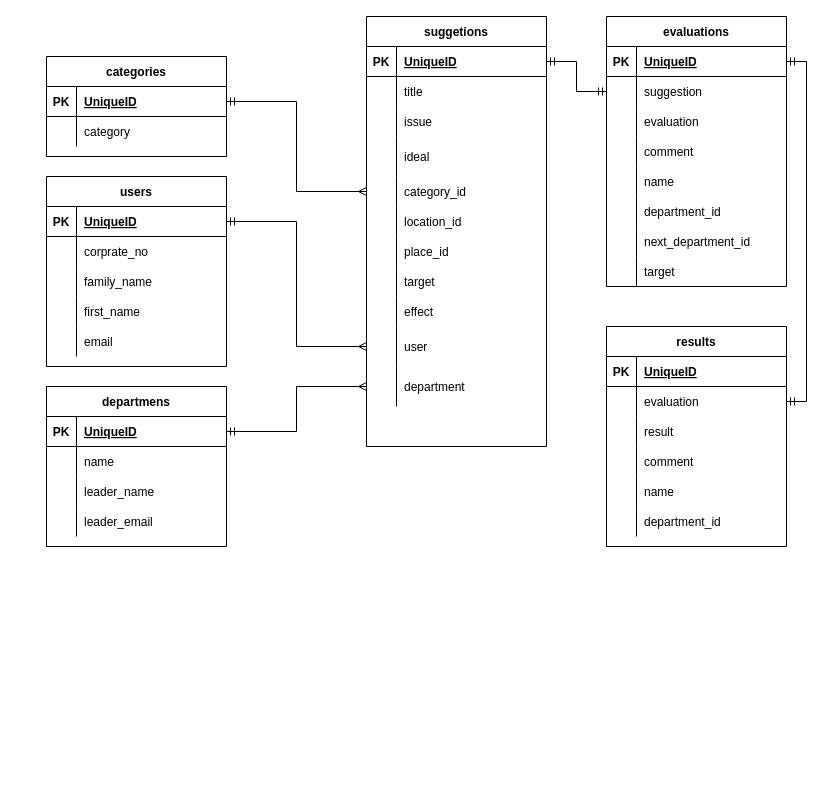
The draw.io diagram db/suggestion_box_ER.dio in f-mio/suggestion_box, before the edit. Source tidied: cells renumbered, new cells numbered last; positions are measured from the earlier drawing's top-left corner, leaving out a move shared by most shapes. Both pictures are drawn from the tidied source at 100%, with x=0, y=0 at pixel (46, 16).
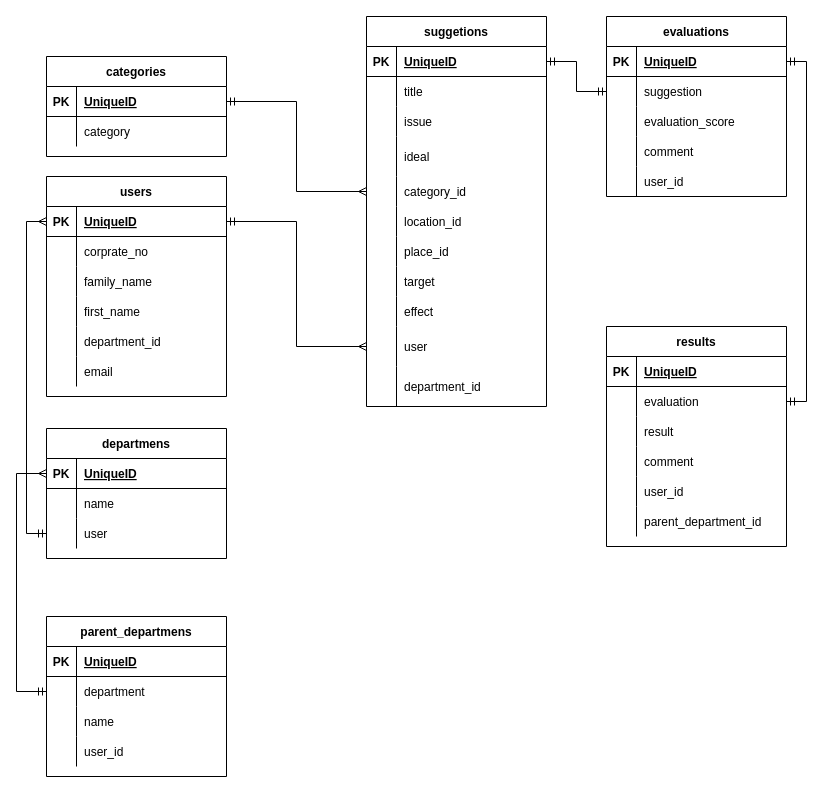
Above is the later version.

Unchanged cells that the change refers to:
```xml
<mxCell id="33" style="shape=partialRectangle;fillColor=none;top=0;left=0;bottom=0;right=0;points=[[0,0.5],[1,0.5]];portConstraint=eastwest;" parent="2" vertex="1">
  <mxGeometry y="350" width="180" height="40" as="geometry" />
</mxCell>
<mxCell id="37" style="shape=partialRectangle;fillColor=none;top=0;left=0;bottom=1;right=0;points=[[0,0.5],[1,0.5]];portConstraint=eastwest;" parent="36" vertex="1">
  <mxGeometry y="30" width="180" height="30" as="geometry" />
</mxCell>
<mxCell id="53" style="shape=partialRectangle;fillColor=none;top=0;left=0;bottom=1;right=0;points=[[0,0.5],[1,0.5]];portConstraint=eastwest;" parent="52" vertex="1">
  <mxGeometry y="30" width="180" height="30" as="geometry" />
</mxCell>
<mxCell id="56" style="shape=partialRectangle;fillColor=none;top=0;left=0;bottom=0;right=0;points=[[0,0.5],[1,0.5]];portConstraint=eastwest;" parent="52" vertex="1">
  <mxGeometry y="60" width="180" height="30" as="geometry" />
</mxCell>
<mxCell id="72" style="shape=partialRectangle;fillColor=none;top=0;left=0;bottom=0;right=0;" parent="65" vertex="1">
  <mxGeometry y="90" width="180" height="30" as="geometry" />
</mxCell>
<mxCell id="78" style="shape=partialRectangle;fillColor=none;top=0;left=0;bottom=0;right=0;" parent="65" vertex="1">
  <mxGeometry y="150" width="180" height="30" as="geometry" />
</mxCell>
<mxCell id="103" style="shape=partialRectangle;fillColor=none;top=0;left=0;bottom=0;right=0;" parent="90" vertex="1">
  <mxGeometry y="150" width="180" height="30" as="geometry" />
</mxCell>
<mxCell id="106" style="shape=partialRectangle;fillColor=none;top=0;left=0;bottom=0;right=0;" parent="90" vertex="1">
  <mxGeometry y="180" width="180" height="30" as="geometry" />
</mxCell>
```

Change to the diagram source:
```diff
@@
     <mxCell id="2" value="suggetions" style="shape=table;startSize=30;childLayout=tableLayout;rowLines=0;fontStyle=1;align=center;" parent="1" vertex="1">
-      <mxGeometry x="320" width="180" height="430" as="geometry" />
+      <mxGeometry x="320" width="180" height="390" as="geometry" />
     </mxCell>
@@
-    <mxCell id="35" value="department" style="shape=partialRectangle;fillColor=none;top=0;left=0;bottom=0;right=0;align=left;spacingLeft=6;overflow=hidden;" parent="33" vertex="1">
+    <mxCell id="35" value="department_id" style="shape=partialRectangle;fillColor=none;top=0;left=0;bottom=0;right=0;align=left;spacingLeft=6;overflow=hidden;" parent="33" vertex="1">
       <mxGeometry x="30" width="150" height="40" as="geometry" />
     </mxCell>
     <mxCell id="36" value="users" style="shape=table;startSize=30;childLayout=tableLayout;rowLines=0;fontStyle=1;align=center;" parent="1" vertex="1">
-      <mxGeometry y="160" width="180" height="190" as="geometry" />
+      <mxGeometry y="160" width="180" height="220" as="geometry" />
     </mxCell>
@@
+    <mxCell id="121" style="shape=partialRectangle;fillColor=none;top=0;left=0;bottom=0;right=0;" parent="36" vertex="1">
+      <mxGeometry y="150" width="180" height="30" as="geometry" />
+    </mxCell>
+    <mxCell id="122" style="shape=partialRectangle;fillColor=none;top=0;left=0;bottom=0;right=0;overflow=hidden;" parent="121" vertex="1">
+      <mxGeometry width="30" height="30" as="geometry" />
+    </mxCell>
+    <mxCell id="83" value="department_id" style="shape=partialRectangle;fillColor=none;top=0;left=0;bottom=0;right=0;align=left;spacingLeft=6;overflow=hidden;" parent="121" vertex="1">
+      <mxGeometry x="30" width="150" height="30" as="geometry" />
+    </mxCell>
     <mxCell id="49" style="shape=partialRectangle;fillColor=none;top=0;left=0;bottom=0;right=0;" parent="36" vertex="1">
-      <mxGeometry y="150" width="180" height="30" as="geometry" />
+      <mxGeometry y="180" width="180" height="30" as="geometry" />
     </mxCell>
@@
-    <mxCell id="52" value="departmens" style="shape=table;startSize=30;childLayout=tableLayout;rowLines=0;fontStyle=1;align=center;" parent="1" vertex="1">
-      <mxGeometry y="370" width="180" height="160" as="geometry" />
+    <mxCell id="52" value="parent_departmens" style="shape=table;startSize=30;childLayout=tableLayout;rowLines=0;fontStyle=1;align=center;" parent="1" vertex="1">
+      <mxGeometry y="600" width="180" height="160" as="geometry" />
     </mxCell>
@@
-    <mxCell id="58" value="name" style="shape=partialRectangle;fillColor=none;top=0;left=0;bottom=0;right=0;align=left;spacingLeft=6;overflow=hidden;" parent="56" vertex="1">
+    <mxCell id="58" value="department" style="shape=partialRectangle;fillColor=none;top=0;left=0;bottom=0;right=0;align=left;spacingLeft=6;overflow=hidden;" parent="56" vertex="1">
       <mxGeometry x="30" width="150" height="30" as="geometry" />
     </mxCell>
+    <mxCell id="123" style="shape=partialRectangle;fillColor=none;top=0;left=0;bottom=0;right=0;" parent="52" vertex="1">
+      <mxGeometry y="90" width="180" height="30" as="geometry" />
+    </mxCell>
+    <mxCell id="124" style="shape=partialRectangle;fillColor=none;top=0;left=0;bottom=0;right=0;overflow=hidden;" parent="123" vertex="1">
+      <mxGeometry width="30" height="30" as="geometry" />
+    </mxCell>
+    <mxCell id="125" value="name" style="shape=partialRectangle;fillColor=none;top=0;left=0;bottom=0;right=0;align=left;spacingLeft=6;overflow=hidden;" parent="123" vertex="1">
+      <mxGeometry x="30" width="150" height="30" as="geometry" />
+    </mxCell>
     <mxCell id="59" style="shape=partialRectangle;fillColor=none;top=0;left=0;bottom=0;right=0;" parent="52" vertex="1">
-      <mxGeometry y="90" width="180" height="30" as="geometry" />
+      <mxGeometry y="120" width="180" height="30" as="geometry" />
     </mxCell>
@@
-    <mxCell id="61" value="leader_name" style="shape=partialRectangle;fillColor=none;top=0;left=0;bottom=0;right=0;align=left;spacingLeft=6;overflow=hidden;" parent="59" vertex="1">
+    <mxCell id="61" value="user_id" style="shape=partialRectangle;fillColor=none;top=0;left=0;bottom=0;right=0;align=left;spacingLeft=6;overflow=hidden;" parent="59" vertex="1">
       <mxGeometry x="30" width="150" height="30" as="geometry" />
     </mxCell>
-    <mxCell id="62" style="shape=partialRectangle;fillColor=none;top=0;left=0;bottom=0;right=0;" parent="52" vertex="1">
-      <mxGeometry y="120" width="180" height="30" as="geometry" />
-    </mxCell>
-    <mxCell id="63" style="shape=partialRectangle;fillColor=none;top=0;left=0;bottom=0;right=0;overflow=hidden;" parent="62" vertex="1">
-      <mxGeometry width="30" height="30" as="geometry" />
-    </mxCell>
-    <mxCell id="64" value="leader_email" style="shape=partialRectangle;fillColor=none;top=0;left=0;bottom=0;right=0;align=left;spacingLeft=6;overflow=hidden;" parent="62" vertex="1">
-      <mxGeometry x="30" width="150" height="30" as="geometry" />
-    </mxCell>
     <mxCell id="65" value="evaluations" style="shape=table;startSize=30;childLayout=tableLayout;rowLines=0;fontStyle=1;align=center;" parent="1" vertex="1">
-      <mxGeometry x="560" width="180" height="270" as="geometry" />
+      <mxGeometry x="560" width="180" height="180" as="geometry" />
     </mxCell>
@@
-    <mxCell id="74" value="evaluation" style="shape=partialRectangle;fillColor=none;top=0;left=0;bottom=0;right=0;align=left;spacingLeft=6;overflow=hidden;" parent="72" vertex="1">
+    <mxCell id="74" value="evaluation_score" style="shape=partialRectangle;fillColor=none;top=0;left=0;bottom=0;right=0;align=left;spacingLeft=6;overflow=hidden;" parent="72" vertex="1">
       <mxGeometry x="30" width="150" height="30" as="geometry" />
     </mxCell>
@@
-    <mxCell id="80" value="name" style="shape=partialRectangle;fillColor=none;top=0;left=0;bottom=0;right=0;align=left;spacingLeft=6;overflow=hidden;" parent="78" vertex="1">
+    <mxCell id="80" value="user_id" style="shape=partialRectangle;fillColor=none;top=0;left=0;bottom=0;right=0;align=left;spacingLeft=6;overflow=hidden;" parent="78" vertex="1">
       <mxGeometry x="30" width="150" height="30" as="geometry" />
     </mxCell>
-    <mxCell id="81" style="shape=partialRectangle;fillColor=none;top=0;left=0;bottom=0;right=0;" parent="65" vertex="1">
-      <mxGeometry y="180" width="180" height="30" as="geometry" />
-    </mxCell>
-    <mxCell id="82" style="shape=partialRectangle;fillColor=none;top=0;left=0;bottom=0;right=0;overflow=hidden;" parent="81" vertex="1">
-      <mxGeometry width="30" height="30" as="geometry" />
-    </mxCell>
-    <mxCell id="83" value="department_id" style="shape=partialRectangle;fillColor=none;top=0;left=0;bottom=0;right=0;align=left;spacingLeft=6;overflow=hidden;" parent="81" vertex="1">
-      <mxGeometry x="30" width="150" height="30" as="geometry" />
-    </mxCell>
-    <mxCell id="84" style="shape=partialRectangle;fillColor=none;top=0;left=0;bottom=0;right=0;" parent="65" vertex="1">
-      <mxGeometry y="210" width="180" height="30" as="geometry" />
-    </mxCell>
-    <mxCell id="85" style="shape=partialRectangle;fillColor=none;top=0;left=0;bottom=0;right=0;overflow=hidden;" parent="84" vertex="1">
-      <mxGeometry width="30" height="30" as="geometry" />
-    </mxCell>
-    <mxCell id="86" value="next_department_id" style="shape=partialRectangle;fillColor=none;top=0;left=0;bottom=0;right=0;align=left;spacingLeft=6;overflow=hidden;" parent="84" vertex="1">
-      <mxGeometry x="30" width="150" height="30" as="geometry" />
-    </mxCell>
-    <mxCell id="87" style="shape=partialRectangle;fillColor=none;top=0;left=0;bottom=0;right=0;" parent="65" vertex="1">
-      <mxGeometry y="240" width="180" height="30" as="geometry" />
-    </mxCell>
-    <mxCell id="88" style="shape=partialRectangle;fillColor=none;top=0;left=0;bottom=0;right=0;overflow=hidden;" parent="87" vertex="1">
-      <mxGeometry width="30" height="30" as="geometry" />
-    </mxCell>
-    <mxCell id="89" value="target" style="shape=partialRectangle;fillColor=none;top=0;left=0;bottom=0;right=0;align=left;spacingLeft=6;overflow=hidden;" parent="87" vertex="1">
-      <mxGeometry x="30" width="150" height="30" as="geometry" />
-    </mxCell>
@@
-    <mxCell id="105" value="name" style="shape=partialRectangle;fillColor=none;top=0;left=0;bottom=0;right=0;align=left;spacingLeft=6;overflow=hidden;" parent="103" vertex="1">
+    <mxCell id="105" value="user_id" style="shape=partialRectangle;fillColor=none;top=0;left=0;bottom=0;right=0;align=left;spacingLeft=6;overflow=hidden;" parent="103" vertex="1">
       <mxGeometry x="30" width="150" height="30" as="geometry" />
     </mxCell>
@@
-    <mxCell id="108" value="department_id" style="shape=partialRectangle;fillColor=none;top=0;left=0;bottom=0;right=0;align=left;spacingLeft=6;overflow=hidden;" parent="106" vertex="1">
+    <mxCell id="108" value="parent_department_id" style="shape=partialRectangle;fillColor=none;top=0;left=0;bottom=0;right=0;align=left;spacingLeft=6;overflow=hidden;" parent="106" vertex="1">
       <mxGeometry x="30" width="150" height="30" as="geometry" />
     </mxCell>
@@
-    <mxCell id="112" style="edgeStyle=orthogonalEdgeStyle;rounded=0;jettySize=auto;html=1;entryX=0;entryY=0.5;entryDx=0;entryDy=0;startArrow=ERmandOne;startFill=0;endArrow=ERmany;endFill=0;" parent="1" edge="1" source="53" target="33">
-      <mxGeometry relative="1" as="geometry" />
-    </mxCell>
@@
+    <mxCell id="126" value="departmens" style="shape=table;startSize=30;childLayout=tableLayout;rowLines=0;fontStyle=1;align=center;" parent="1" vertex="1">
+      <mxGeometry y="412" width="180" height="130" as="geometry" />
+    </mxCell>
+    <mxCell id="127" style="shape=partialRectangle;fillColor=none;top=0;left=0;bottom=1;right=0;points=[[0,0.5],[1,0.5]];portConstraint=eastwest;" parent="126" vertex="1">
+      <mxGeometry y="30" width="180" height="30" as="geometry" />
+    </mxCell>
+    <mxCell id="128" value="PK" style="shape=partialRectangle;fillColor=none;top=0;left=0;bottom=0;right=0;fontStyle=1;overflow=hidden;" parent="127" vertex="1">
+      <mxGeometry width="30" height="30" as="geometry" />
+    </mxCell>
+    <mxCell id="129" value="UniqueID" style="shape=partialRectangle;fillColor=none;top=0;left=0;bottom=0;right=0;align=left;spacingLeft=6;fontStyle=5;overflow=hidden;" parent="127" vertex="1">
+      <mxGeometry x="30" width="150" height="30" as="geometry" />
+    </mxCell>
+    <mxCell id="130" style="shape=partialRectangle;fillColor=none;top=0;left=0;bottom=0;right=0;" parent="126" vertex="1">
+      <mxGeometry y="60" width="180" height="30" as="geometry" />
+    </mxCell>
+    <mxCell id="131" style="shape=partialRectangle;fillColor=none;top=0;left=0;bottom=0;right=0;overflow=hidden;" parent="130" vertex="1">
+      <mxGeometry width="30" height="30" as="geometry" />
+    </mxCell>
+    <mxCell id="132" value="name" style="shape=partialRectangle;fillColor=none;top=0;left=0;bottom=0;right=0;align=left;spacingLeft=6;overflow=hidden;" parent="130" vertex="1">
+      <mxGeometry x="30" width="150" height="30" as="geometry" />
+    </mxCell>
+    <mxCell id="133" style="shape=partialRectangle;fillColor=none;top=0;left=0;bottom=0;right=0;points=[[0,0.5],[1,0.5]];portConstraint=eastwest;" parent="126" vertex="1">
+      <mxGeometry y="90" width="180" height="30" as="geometry" />
+    </mxCell>
+    <mxCell id="134" style="shape=partialRectangle;fillColor=none;top=0;left=0;bottom=0;right=0;overflow=hidden;" parent="133" vertex="1">
+      <mxGeometry width="30" height="30" as="geometry" />
+    </mxCell>
+    <mxCell id="135" value="user" style="shape=partialRectangle;fillColor=none;top=0;left=0;bottom=0;right=0;align=left;spacingLeft=6;overflow=hidden;" parent="133" vertex="1">
+      <mxGeometry x="30" width="150" height="30" as="geometry" />
+    </mxCell>
+    <mxCell id="136" style="edgeStyle=orthogonalEdgeStyle;rounded=0;jettySize=auto;html=1;entryX=0;entryY=0.5;entryDx=0;entryDy=0;endArrow=ERmany;endFill=0;startArrow=ERmandOne;startFill=0;" parent="1" edge="1" source="56" target="127">
+      <mxGeometry relative="1" as="geometry">
+        <Array as="points">
+          <mxPoint x="-30" y="675" />
+          <mxPoint x="-30" y="457" />
+        </Array>
+      </mxGeometry>
+    </mxCell>
+    <mxCell id="137" style="edgeStyle=orthogonalEdgeStyle;rounded=0;jettySize=auto;html=1;entryX=0;entryY=0.5;entryDx=0;entryDy=0;endArrow=ERmany;endFill=0;startArrow=ERmandOne;startFill=0;" parent="1" edge="1" source="133" target="37">
+      <mxGeometry relative="1" as="geometry" />
+    </mxCell>
```
